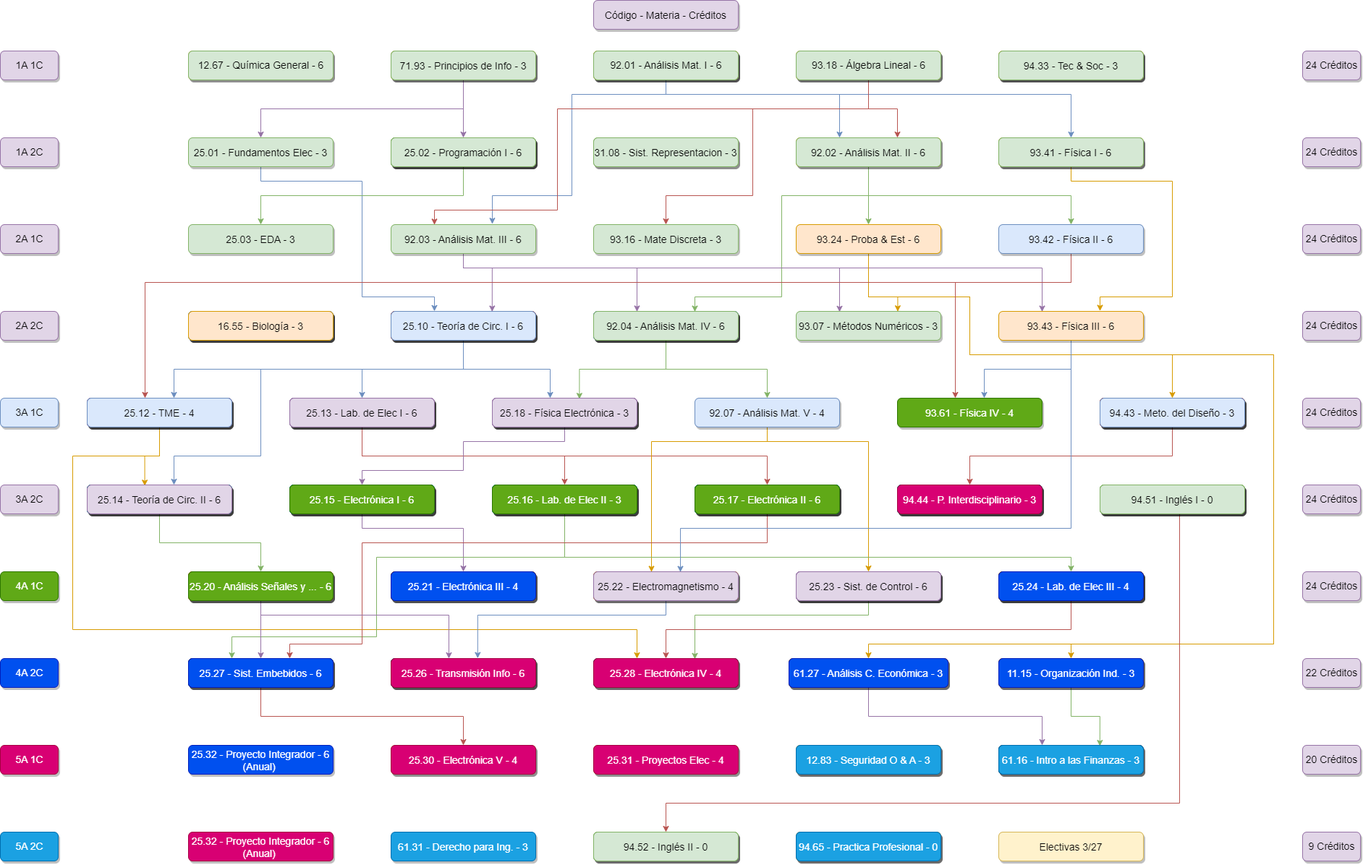
Earlier version of the draw.io export K22.drawio.png (juanipla/K22). Source tidied: cells renumbered, new cells last; positions are measured from the earlier drawing's top-left corner, leaving out a move shared by most shapes.
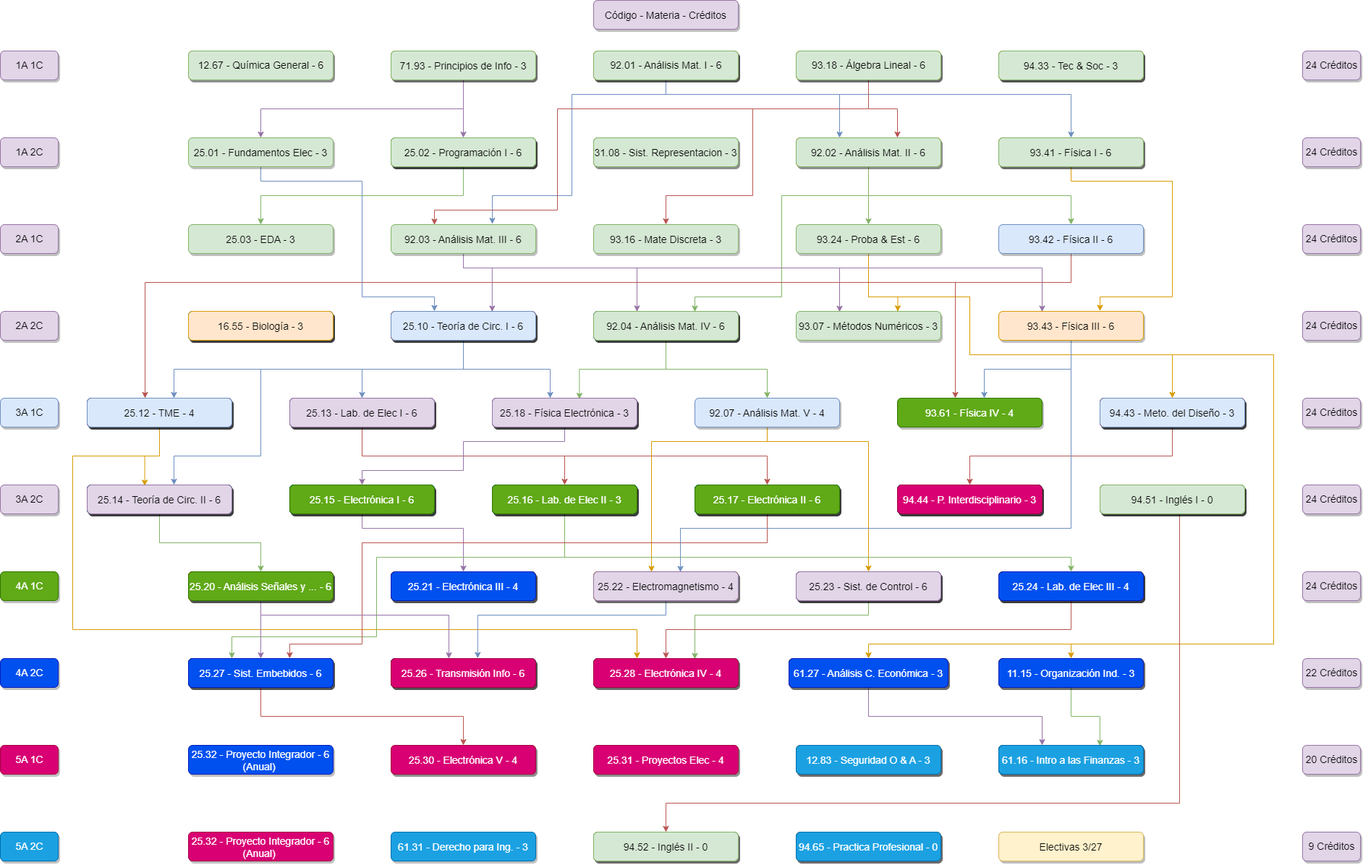
After the change.

What changed in the source:
```diff
@@ -236,7 +236,7 @@
         </Array>
       </mxGeometry>
     </mxCell>
-    <mxCell id="38" value="93.24 - Proba &amp; Est - 6" style="rounded=1;fillColor=#ffe6cc;strokeColor=#d79b00;shadow=1;fontStyle=0;fontSize=14;labelBorderColor=none;labelBackgroundColor=none;verticalAlign=middle;" parent="1" vertex="1">
+    <mxCell id="38" value="93.24 - Proba &amp; Est - 6" style="rounded=1;fillColor=#d5e8d4;strokeColor=#82b366;shadow=1;fontStyle=0;fontSize=14;labelBorderColor=none;labelBackgroundColor=none;verticalAlign=middle;" parent="1" vertex="1">
       <mxGeometry x="1100" y="310" width="200" height="40" as="geometry" />
     </mxCell>
     <mxCell id="39" style="edgeStyle=orthogonalEdgeStyle;rounded=0;jumpStyle=none;jettySize=auto;html=1;entryX=0.398;entryY=-0.001;entryDx=0;entryDy=0;fillColor=#f8cecc;strokeColor=#b85450;entryPerimeter=0;" parent="1" edge="1" source="41" target="54">
```
